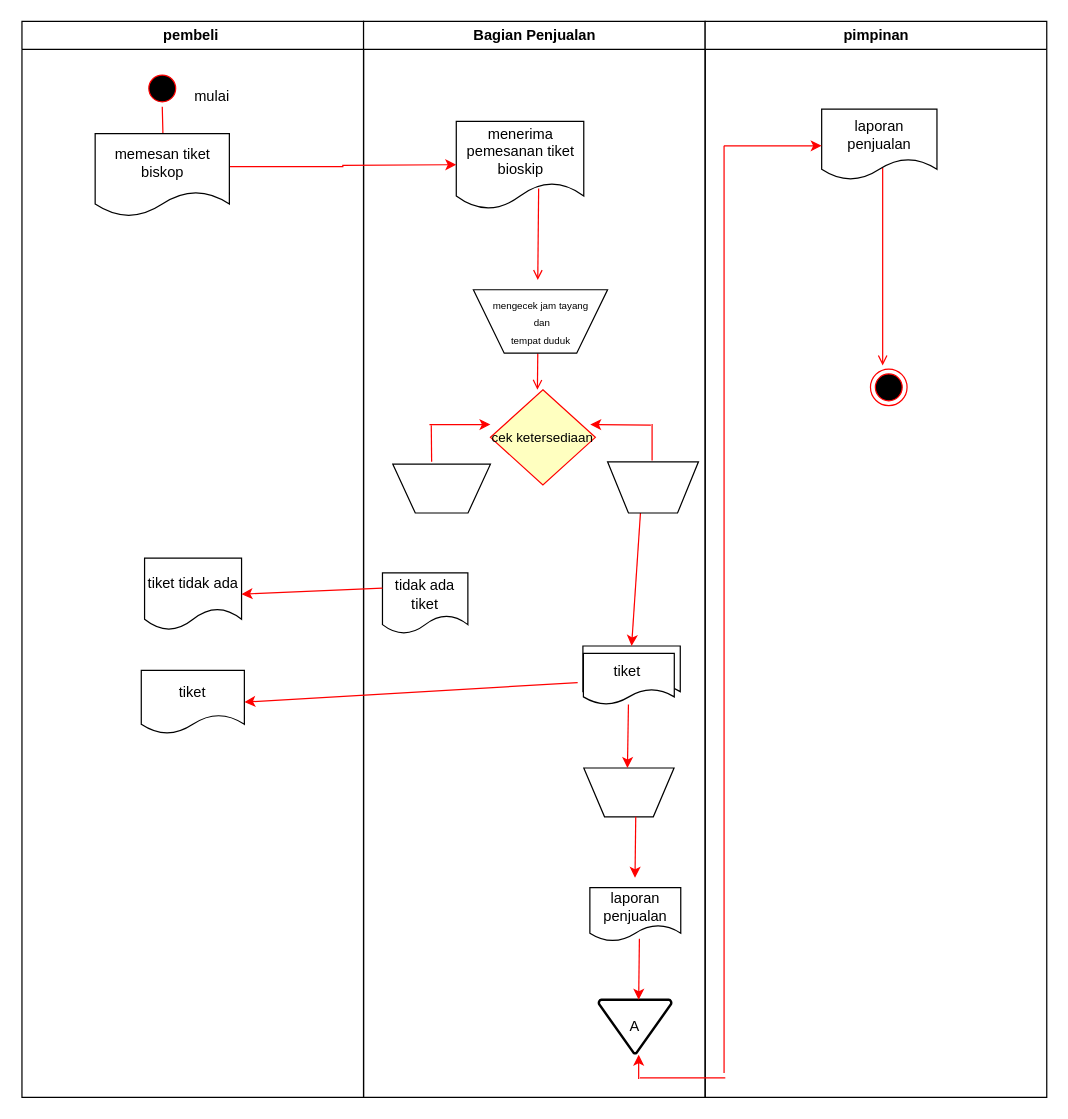
Above: Untitled Diagram.drawio in dindatsniaa/perpstakaan (draw.io), before the change. Source tidied: cells renumbered, new cells numbered last; positions are measured from the earlier drawing's top-left corner, leaving out a move shared by most shapes. Both pictures are drawn from the tidied source at 122%, with x=0, y=0 at pixel (21, 21).
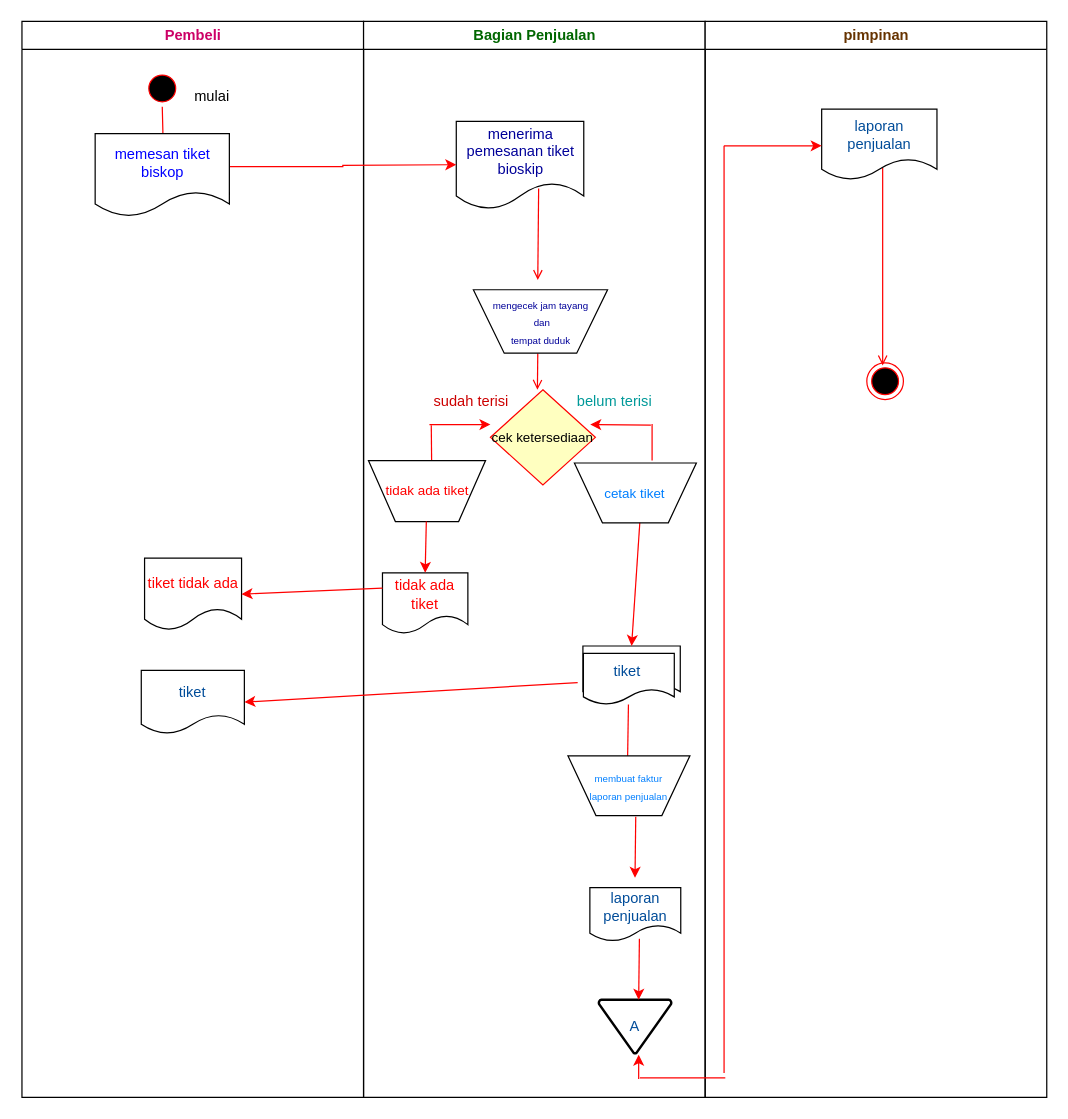
The same diagram, later.

What changed in the source:
```diff
@@
-    <mxCell id="2" value="pembeli " style="swimlane;whiteSpace=wrap;" parent="1" vertex="1">
+    <mxCell id="2" value="Pembeli" style="swimlane;whiteSpace=wrap;fontColor=#CC0066;" parent="1" vertex="1">
       <mxGeometry x="0.5" width="280" height="882" as="geometry" />
     </mxCell>
@@
-    <mxCell id="5" value="memesan tiket &lt;br&gt;biskop" style="shape=document;whiteSpace=wrap;html=1;boundedLbl=1;" parent="2" vertex="1">
+    <mxCell id="5" value="memesan tiket &lt;br&gt;biskop" style="shape=document;whiteSpace=wrap;html=1;boundedLbl=1;fontColor=#0000FF;" parent="2" vertex="1">
       <mxGeometry x="60" y="92" width="110" height="68" as="geometry" />
     </mxCell>
-    <mxCell id="6" value="tiket" style="shape=document;whiteSpace=wrap;html=1;boundedLbl=1;" parent="2" vertex="1">
+    <mxCell id="6" value="tiket" style="shape=document;whiteSpace=wrap;html=1;boundedLbl=1;fontColor=#004C99;" parent="2" vertex="1">
       <mxGeometry x="97.8" y="532" width="84.5" height="52" as="geometry" />
     </mxCell>
-    <mxCell id="7" value="tiket tidak ada" style="shape=document;whiteSpace=wrap;html=1;boundedLbl=1;" parent="2" vertex="1">
+    <mxCell id="7" value="tiket tidak ada" style="shape=document;whiteSpace=wrap;html=1;boundedLbl=1;fontColor=#FF0000;" parent="2" vertex="1">
       <mxGeometry x="100.5" y="440" width="79.5" height="59" as="geometry" />
     </mxCell>
-    <mxCell id="8" value="Bagian Penjualan" style="swimlane;whiteSpace=wrap;align=center;" parent="1" vertex="1">
+    <mxCell id="8" value="Bagian Penjualan" style="swimlane;whiteSpace=wrap;align=center;fontColor=#006600;" parent="1" vertex="1">
       <mxGeometry x="280.5" width="280" height="882" as="geometry" />
     </mxCell>
@@
-    <mxCell id="12" value="menerima pemesanan tiket bioskip" style="shape=document;whiteSpace=wrap;html=1;boundedLbl=1;" parent="8" vertex="1">
+    <mxCell id="12" value="menerima pemesanan tiket bioskip" style="shape=document;whiteSpace=wrap;html=1;boundedLbl=1;fontColor=#000099;" parent="8" vertex="1">
       <mxGeometry x="76" y="82" width="104.5" height="72" as="geometry" />
     </mxCell>
@@
-    <mxCell id="17" style="verticalLabelPosition=bottom;verticalAlign=top;html=1;shape=trapezoid;perimeter=trapezoidPerimeter;whiteSpace=wrap;size=0.23;arcSize=10;flipV=1;" parent="8" vertex="1">
-      <mxGeometry x="24" y="363" width="80" height="40" as="geometry" />
-    </mxCell>
@@
-    <mxCell id="19" value="tiket&amp;nbsp;" style="shape=document;whiteSpace=wrap;html=1;boundedLbl=1;" parent="8" vertex="1">
+    <mxCell id="19" value="tiket&amp;nbsp;" style="shape=document;whiteSpace=wrap;html=1;boundedLbl=1;fontColor=#004C99;" parent="8" vertex="1">
       <mxGeometry x="180.2" y="518" width="74.5" height="42" as="geometry" />
     </mxCell>
@@
-    <mxCell id="21" value="tidak ada tiket" style="shape=document;whiteSpace=wrap;html=1;boundedLbl=1;" parent="8" vertex="1">
+    <mxCell id="21" value="tidak ada tiket" style="shape=document;whiteSpace=wrap;html=1;boundedLbl=1;fontColor=#FF0000;" parent="8" vertex="1">
       <mxGeometry x="15.5" y="452" width="70" height="50" as="geometry" />
     </mxCell>
-    <mxCell id="22" style="verticalLabelPosition=bottom;verticalAlign=top;html=1;shape=trapezoid;perimeter=trapezoidPerimeter;whiteSpace=wrap;size=0.23;arcSize=10;flipV=1;" parent="8" vertex="1">
-      <mxGeometry x="180.5" y="612" width="74" height="40" as="geometry" />
-    </mxCell>
@@
-    <mxCell id="24" value="laporan penjualan" style="shape=document;whiteSpace=wrap;html=1;boundedLbl=1;" parent="8" vertex="1">
+    <mxCell id="24" value="laporan penjualan" style="shape=document;whiteSpace=wrap;html=1;boundedLbl=1;fontColor=#004C99;" parent="8" vertex="1">
       <mxGeometry x="185.5" y="710" width="74.5" height="44" as="geometry" />
     </mxCell>
-    <mxCell id="25" value="A" style="strokeWidth=2;html=1;shape=mxgraph.flowchart.merge_or_storage;whiteSpace=wrap;" parent="8" vertex="1">
+    <mxCell id="25" value="A" style="strokeWidth=2;html=1;shape=mxgraph.flowchart.merge_or_storage;whiteSpace=wrap;fontColor=#004C99;" parent="8" vertex="1">
       <mxGeometry x="192.8" y="802" width="59.5" height="44" as="geometry" />
     </mxCell>
@@
-    <mxCell id="31" value="&lt;font style=&quot;font-size: 8px&quot;&gt;mengecek jam tayang &lt;br&gt;&amp;nbsp;dan&lt;br&gt;tempat duduk&lt;/font&gt;" style="verticalLabelPosition=middle;verticalAlign=middle;html=1;shape=trapezoid;perimeter=trapezoidPerimeter;whiteSpace=wrap;size=0.23;arcSize=10;flipV=1;align=center;labelPosition=center;" parent="8" vertex="1">
+    <mxCell id="31" value="&lt;font style=&quot;font-size: 8px&quot;&gt;mengecek jam tayang &lt;br&gt;&amp;nbsp;dan&lt;br&gt;tempat duduk&lt;/font&gt;" style="verticalLabelPosition=middle;verticalAlign=middle;html=1;shape=trapezoid;perimeter=trapezoidPerimeter;whiteSpace=wrap;size=0.23;arcSize=10;flipV=1;align=center;labelPosition=center;fontColor=#000099;" parent="8" vertex="1">
       <mxGeometry x="90" y="220" width="110" height="52" as="geometry" />
     </mxCell>
-    <mxCell id="32" style="verticalLabelPosition=bottom;verticalAlign=top;html=1;shape=trapezoid;perimeter=trapezoidPerimeter;whiteSpace=wrap;size=0.23;arcSize=10;flipV=1;shadow=0;fontSize=9;align=center;" parent="8" vertex="1">
-      <mxGeometry x="200" y="361" width="74.5" height="42" as="geometry" />
-    </mxCell>
+    <mxCell id="42" value="&lt;font style=&quot;font-size: 11px&quot;&gt;tidak ada tiket&lt;/font&gt;" style="verticalLabelPosition=middle;verticalAlign=middle;html=1;shape=trapezoid;perimeter=trapezoidPerimeter;whiteSpace=wrap;size=0.23;arcSize=10;flipV=1;align=center;labelPosition=center;fontColor=#FF0000;" parent="8" vertex="1">
+      <mxGeometry x="4" y="360" width="96" height="50" as="geometry" />
+    </mxCell>
+    <mxCell id="43" value="&lt;font style=&quot;font-size: 11px&quot;&gt;cetak tiket&lt;/font&gt;" style="verticalLabelPosition=middle;verticalAlign=middle;html=1;shape=trapezoid;perimeter=trapezoidPerimeter;whiteSpace=wrap;size=0.23;arcSize=10;flipV=1;align=center;labelPosition=center;fontColor=#007FFF;" parent="8" vertex="1">
+      <mxGeometry x="172.8" y="362" width="100" height="49" as="geometry" />
+    </mxCell>
+    <mxCell id="44" value="belum terisi" style="text;html=1;strokeColor=none;fillColor=none;align=center;verticalAlign=middle;whiteSpace=wrap;rounded=0;fontColor=#009999;" parent="8" vertex="1">
+      <mxGeometry x="172.8" y="302" width="67.2" height="20" as="geometry" />
+    </mxCell>
+    <mxCell id="45" value="sudah terisi" style="text;html=1;strokeColor=none;fillColor=none;align=center;verticalAlign=middle;whiteSpace=wrap;rounded=0;fontColor=#CC0000;" parent="8" vertex="1">
+      <mxGeometry x="55.5" y="302" width="66" height="20" as="geometry" />
+    </mxCell>
+    <mxCell id="46" style="endArrow=classic;html=1;strokeColor=#FF0000;entryX=0.5;entryY=0;entryDx=0;entryDy=0;" parent="8" edge="1" source="42" target="21">
+      <mxGeometry relative="1" as="geometry" />
+    </mxCell>
+    <mxCell id="47" value="&lt;font style=&quot;font-size: 8px&quot;&gt;membuat faktur&lt;br&gt;laporan penjualan&lt;/font&gt;" style="verticalLabelPosition=middle;verticalAlign=middle;html=1;shape=trapezoid;perimeter=trapezoidPerimeter;whiteSpace=wrap;size=0.23;arcSize=10;flipV=1;align=center;labelPosition=center;fontColor=#007FFF;" parent="8" vertex="1">
+      <mxGeometry x="167.5" y="602" width="100" height="49" as="geometry" />
+    </mxCell>
-    <mxCell id="33" value="pimpinan" style="swimlane;whiteSpace=wrap;" parent="1" vertex="1">
+    <mxCell id="33" value="pimpinan" style="swimlane;whiteSpace=wrap;fontColor=#663300;" parent="1" vertex="1">
       <mxGeometry x="560.5" width="280" height="882" as="geometry" />
     </mxCell>
     <mxCell id="34" style="ellipse;shape=endState;fillColor=#000000;strokeColor=#ff0000;" parent="33" vertex="1">
-      <mxGeometry x="135.5" y="285" width="30" height="30" as="geometry" />
+      <mxGeometry x="132.5" y="280" width="30" height="30" as="geometry" />
     </mxCell>
@@
-    <mxCell id="36" value="laporan penjualan" style="shape=document;whiteSpace=wrap;html=1;boundedLbl=1;" parent="33" vertex="1">
+    <mxCell id="36" value="laporan penjualan" style="shape=document;whiteSpace=wrap;html=1;boundedLbl=1;fontColor=#004C99;" parent="33" vertex="1">
       <mxGeometry x="95.5" y="72" width="94.5" height="58" as="geometry" />
     </mxCell>
```
